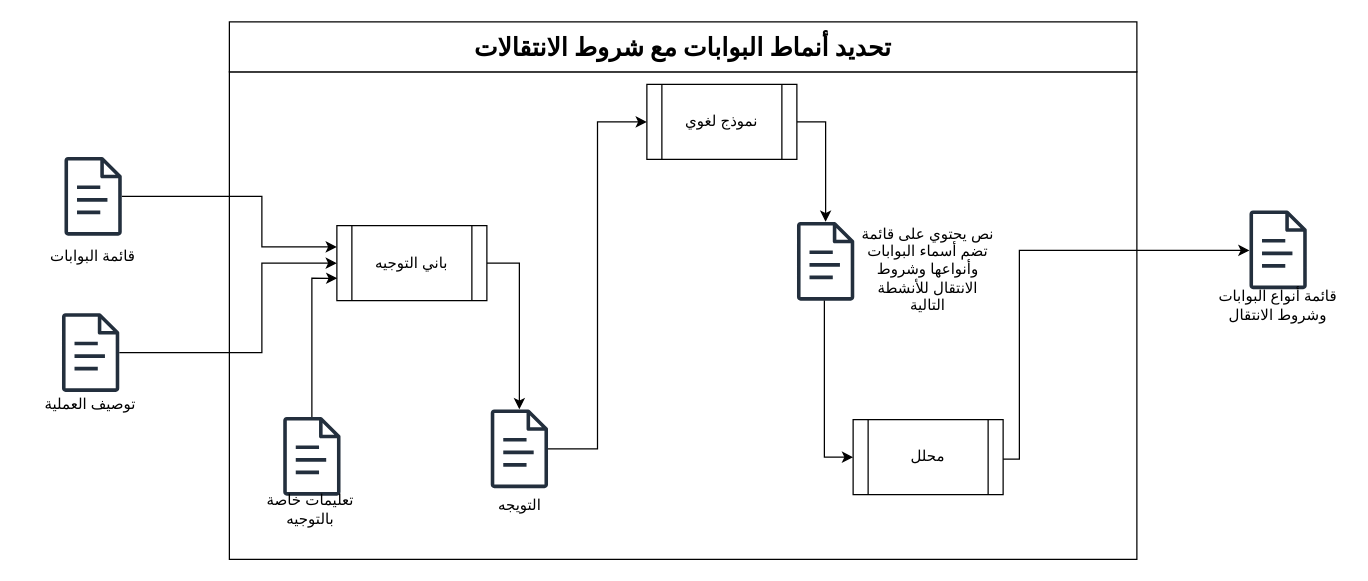
Earlier version of the draw.io diagram تصميم/Gatweways.drawio (MohamadAlturky/Report-Drafts). Source tidied: cells renumbered, new cells numbered last; positions are measured from the earlier drawing's top-left corner, leaving out a move shared by most shapes. Both pictures are drawn from the tidied source at 125%, with x=0, y=0 at pixel (21, 21).
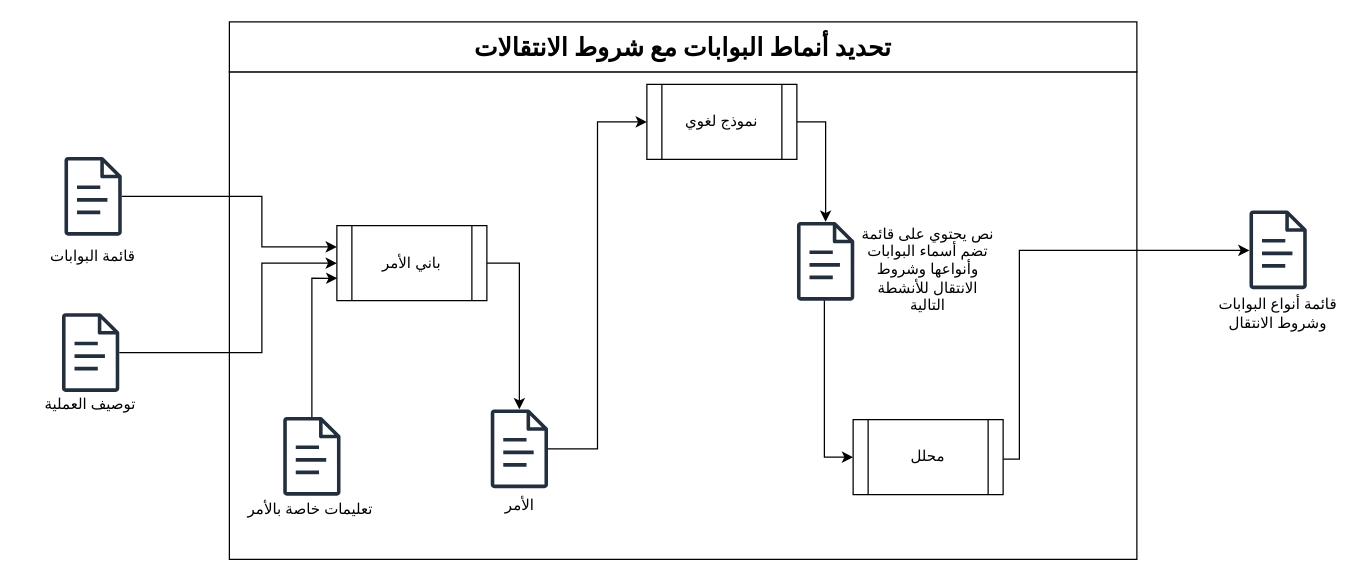
The same page after the edit.

The edit, as a diff of the source:
```diff
@@
-    <mxCell id="11" value="تعليمات خاصة بالتوجيه" style="text;html=1;align=center;verticalAlign=middle;whiteSpace=wrap;rounded=0;" parent="1" vertex="1">
+    <mxCell id="11" value="تعليمات خاصة بالأمر" style="text;html=1;align=center;verticalAlign=middle;whiteSpace=wrap;rounded=0;" parent="1" vertex="1">
       <mxGeometry x="176" y="380" width="110" height="20" as="geometry" />
     </mxCell>
@@
-    <mxCell id="13" value="باني التوجيه" style="shape=process;whiteSpace=wrap;html=1;backgroundOutline=1;" parent="1" vertex="1">
+    <mxCell id="13" value="باني الأمر" style="shape=process;whiteSpace=wrap;html=1;backgroundOutline=1;" parent="1" vertex="1">
       <mxGeometry x="252" y="163" width="120" height="60" as="geometry" />
     </mxCell>
@@
-    <mxCell id="15" value="&lt;span style=&quot;color: rgb(0, 0, 0); text-wrap: wrap;&quot;&gt;التويجه&lt;/span&gt;" style="sketch=0;outlineConnect=0;fontColor=#232F3E;gradientColor=none;fillColor=#232F3D;strokeColor=none;dashed=0;verticalLabelPosition=bottom;verticalAlign=top;align=center;html=1;fontSize=12;fontStyle=0;shape=mxgraph.aws4.document;" parent="1" vertex="1">
+    <mxCell id="15" value="&lt;span style=&quot;color: rgb(0, 0, 0); text-wrap: wrap;&quot;&gt;الأمر&lt;/span&gt;" style="sketch=0;outlineConnect=0;fontColor=#232F3E;gradientColor=none;fillColor=#232F3D;strokeColor=none;dashed=0;verticalLabelPosition=bottom;verticalAlign=top;align=center;html=1;fontSize=12;fontStyle=0;shape=mxgraph.aws4.document;" parent="1" vertex="1">
       <mxGeometry x="375" y="310" width="46" height="63" as="geometry" />
     </mxCell>
@@
     <mxCell id="24" value="قائمة أنواع البوابات وشروط الانتقال" style="text;html=1;align=center;verticalAlign=middle;whiteSpace=wrap;rounded=0;" parent="1" vertex="1">
-      <mxGeometry x="950" y="216.8" width="110" height="20" as="geometry" />
+      <mxGeometry x="950" y="223" width="110" height="20" as="geometry" />
     </mxCell>
```
